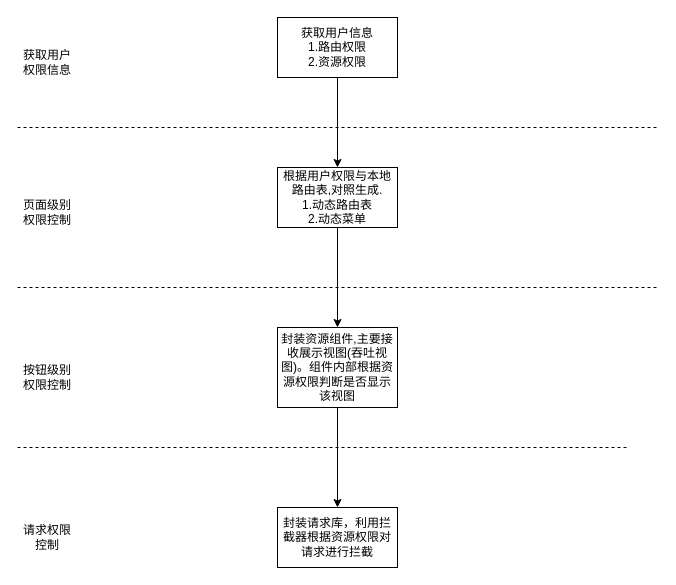
Before: authority_control.drawio in Jinxishihenian/mind_mapping, a draw.io diagram. Source tidied: cells renumbered, new cells numbered last; positions are measured from the earlier drawing's top-left corner, leaving out a move shared by most shapes. Both pictures are drawn from the tidied source at 100%, with x=0, y=0 at pixel (17, 17).
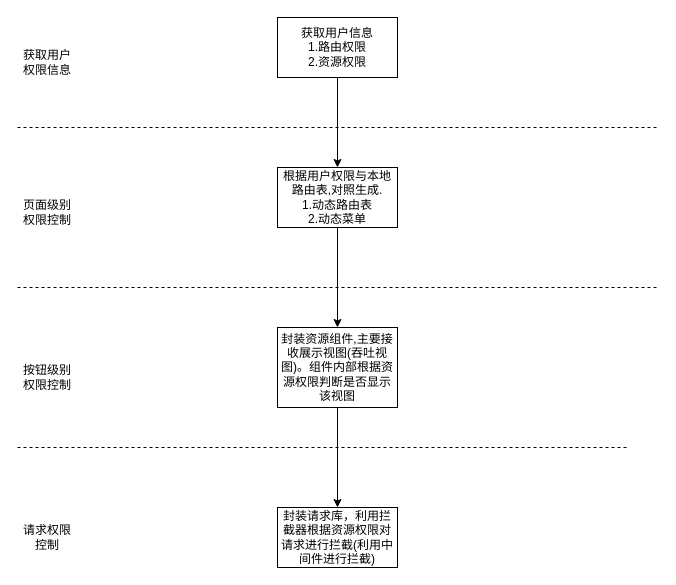
The same page after the edit.

What changed in the source:
```diff
@@
 <mxGraphModel>
   <root>
     <mxCell id="0" />
     <mxCell id="1" parent="0" />
     <mxCell id="2" value="获取用户信息&lt;br&gt;1.路由权限&lt;br&gt;2.资源权限" style="rounded=0;whiteSpace=wrap;html=1;" parent="1" vertex="1">
       <mxGeometry x="260" width="120" height="60" as="geometry" />
     </mxCell>
     <mxCell id="3" value="根据用户权限与本地路由表,对照生成.&lt;br&gt;1.动态路由表&lt;br&gt;2.动态菜单" style="rounded=0;whiteSpace=wrap;html=1;" parent="1" vertex="1">
       <mxGeometry x="260" y="150" width="120" height="60" as="geometry" />
     </mxCell>
     <mxCell id="4" style="endArrow=classic;html=1;rounded=0;exitX=0.5;exitY=1;exitDx=0;exitDy=0;entryX=0.5;entryY=0;entryDx=0;entryDy=0;" parent="1" edge="1" source="2" target="3">
       <mxGeometry relative="1" as="geometry" />
     </mxCell>
     <mxCell id="5" value="封装资源组件,主要接收展示视图(吞吐视图)。组件内部根据资源权限判断是否显示该视图" style="rounded=0;whiteSpace=wrap;html=1;" parent="1" vertex="1">
       <mxGeometry x="260" y="310" width="120" height="80" as="geometry" />
     </mxCell>
     <mxCell id="6" style="endArrow=classic;html=1;rounded=0;entryX=0.5;entryY=0;entryDx=0;entryDy=0;exitX=0.5;exitY=1;exitDx=0;exitDy=0;" parent="1" edge="1" source="3" target="5">
       <mxGeometry relative="1" as="geometry" />
     </mxCell>
     <mxCell id="7" style="endArrow=none;dashed=1;html=1;rounded=0;" parent="1" edge="1">
       <mxGeometry relative="1" as="geometry">
         <mxPoint y="110" as="sourcePoint" />
         <mxPoint x="640" y="110" as="targetPoint" />
       </mxGeometry>
     </mxCell>
     <mxCell id="8" style="endArrow=none;dashed=1;html=1;rounded=0;" parent="1" edge="1">
       <mxGeometry relative="1" as="geometry">
         <mxPoint y="270" as="sourcePoint" />
         <mxPoint x="640" y="270" as="targetPoint" />
       </mxGeometry>
     </mxCell>
     <mxCell id="9" style="endArrow=none;dashed=1;html=1;rounded=0;" parent="1" edge="1">
       <mxGeometry relative="1" as="geometry">
         <mxPoint y="430" as="sourcePoint" />
         <mxPoint x="610" y="430" as="targetPoint" />
       </mxGeometry>
     </mxCell>
     <mxCell id="10" value="页面级别权限控制" style="text;html=1;strokeColor=none;fillColor=none;align=center;verticalAlign=middle;whiteSpace=wrap;rounded=0;" parent="1" vertex="1">
       <mxGeometry y="180" width="60" height="30" as="geometry" />
     </mxCell>
     <mxCell id="11" value="按钮级别&lt;br&gt;权限控制" style="text;html=1;strokeColor=none;fillColor=none;align=center;verticalAlign=middle;whiteSpace=wrap;rounded=0;" parent="1" vertex="1">
       <mxGeometry y="345" width="60" height="30" as="geometry" />
     </mxCell>
-    <mxCell id="12" value="封装请求库，利用拦截器根据资源权限对请求进行拦截" style="rounded=0;whiteSpace=wrap;html=1;" parent="1" vertex="1">
+    <mxCell id="12" value="封装请求库，利用拦截器根据资源权限对请求进行拦截(利用中间件进行拦截)" style="rounded=0;whiteSpace=wrap;html=1;" parent="1" vertex="1">
       <mxGeometry x="260" y="490" width="120" height="60" as="geometry" />
     </mxCell>
     <mxCell id="13" style="endArrow=classic;html=1;rounded=0;entryX=0.5;entryY=0;entryDx=0;entryDy=0;exitX=0.5;exitY=1;exitDx=0;exitDy=0;" parent="1" edge="1" source="5" target="12">
       <mxGeometry relative="1" as="geometry" />
     </mxCell>
     <mxCell id="14" value="请求权限控制" style="text;html=1;strokeColor=none;fillColor=none;align=center;verticalAlign=middle;whiteSpace=wrap;rounded=0;" parent="1" vertex="1">
       <mxGeometry y="505" width="60" height="30" as="geometry" />
     </mxCell>
     <mxCell id="15" value="获取用户权限信息" style="text;html=1;strokeColor=none;fillColor=none;align=center;verticalAlign=middle;whiteSpace=wrap;rounded=0;" parent="1" vertex="1">
       <mxGeometry y="30" width="60" height="30" as="geometry" />
     </mxCell>
   </root>
 </mxGraphModel>
```
